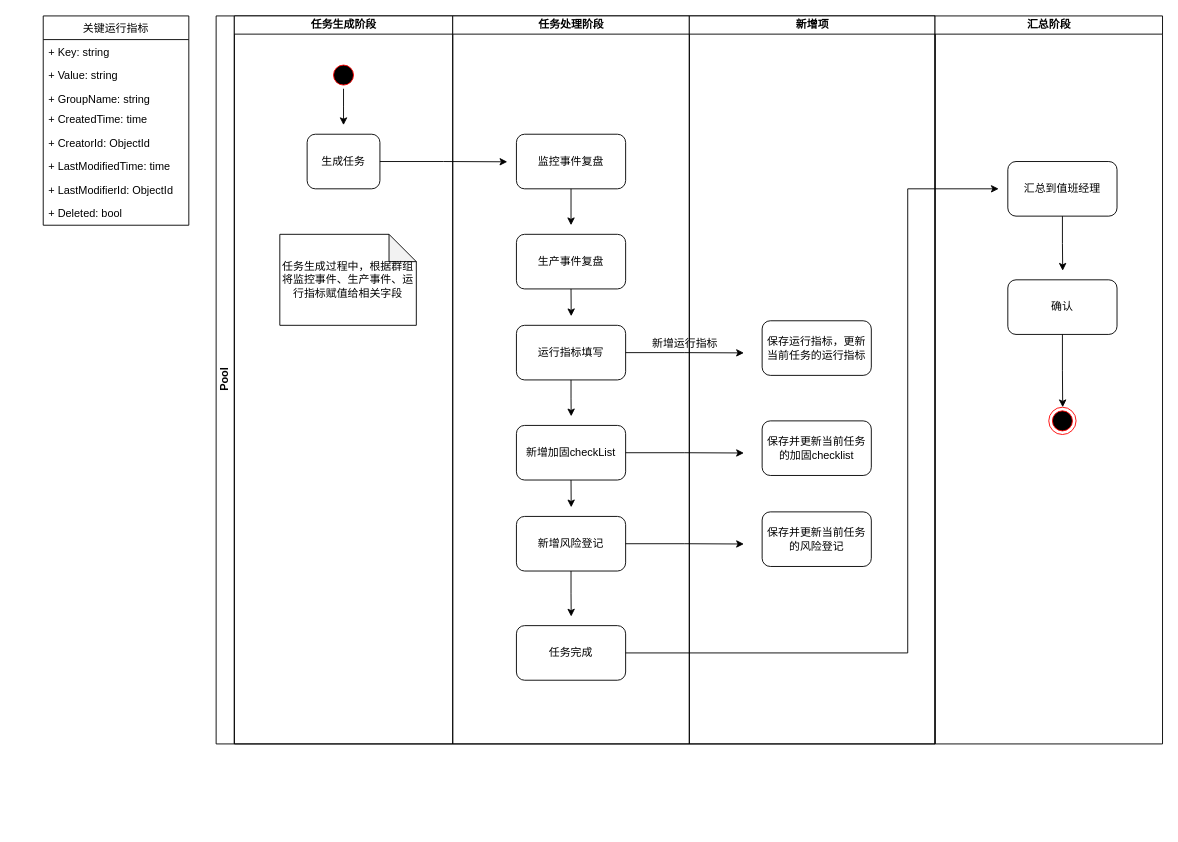
Above: image/未命名绘图.drawio in qiyulaoshim/drawio (draw.io), before the change. Source tidied: cells renumbered, new cells numbered last; positions are measured from the earlier drawing's top-left corner, leaving out a move shared by most shapes. Both pictures are drawn from the tidied source at 91%, with x=0, y=0 at pixel (43, 15).
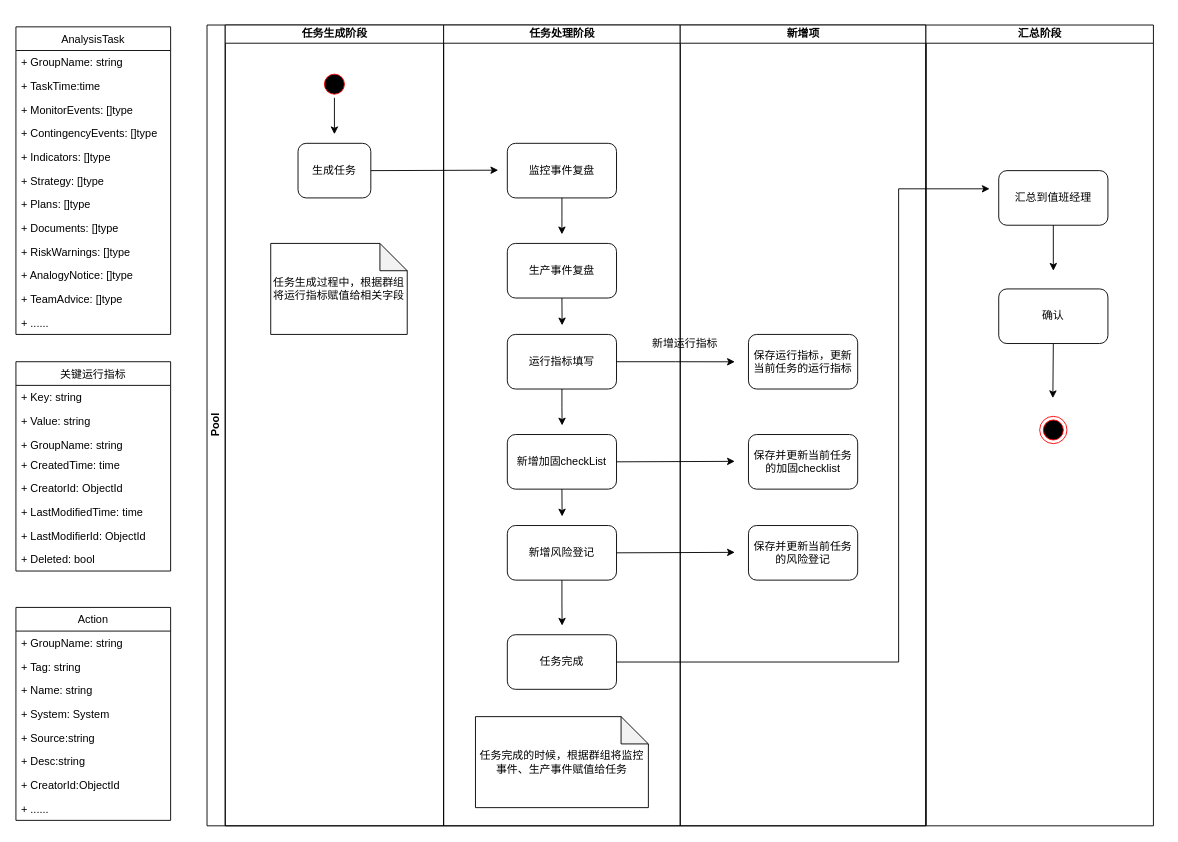
After the change.

Commit message:
更新盘后分析绘图.drawio

The change refers to these unchanged cells:
```xml
<mxCell id="15" value="生成任务" style="rounded=1;whiteSpace=wrap;html=1;" parent="12" vertex="1">
  <mxGeometry x="80" y="130" width="80" height="60" as="geometry" />
</mxCell>
<mxCell id="20" value="运行指标填写" style="rounded=1;whiteSpace=wrap;html=1;" parent="17" vertex="1">
  <mxGeometry x="70" y="340" width="120" height="60" as="geometry" />
</mxCell>
<mxCell id="21" value="新增加固checkList" style="rounded=1;whiteSpace=wrap;html=1;" parent="17" vertex="1">
  <mxGeometry x="70" y="450" width="120" height="60" as="geometry" />
</mxCell>
<mxCell id="22" value="新增风险登记" style="rounded=1;whiteSpace=wrap;html=1;" parent="17" vertex="1">
  <mxGeometry x="70" y="550" width="120" height="60" as="geometry" />
</mxCell>
<mxCell id="23" value="任务完成" style="rounded=1;whiteSpace=wrap;html=1;" parent="17" vertex="1">
  <mxGeometry x="70" y="670" width="120" height="60" as="geometry" />
</mxCell>
<mxCell id="38" value="汇总到值班经理" style="rounded=1;whiteSpace=wrap;html=1;" parent="37" vertex="1">
  <mxGeometry x="80" y="160" width="120" height="60" as="geometry" />
</mxCell>
<mxCell id="39" value="确认" style="rounded=1;whiteSpace=wrap;html=1;" parent="37" vertex="1">
  <mxGeometry x="80" y="290" width="120" height="60" as="geometry" />
</mxCell>
```

What changed in the source:
```diff
@@
     <mxCell id="2" value="关键运行指标" style="swimlane;fontStyle=0;horizontal=1;startSize=26;fillColor=none;" parent="1" vertex="1">
-      <mxGeometry width="160" height="230" as="geometry" />
+      <mxGeometry x="-30" y="380" width="170" height="230" as="geometry" />
     </mxCell>
     <mxCell id="3" value="+ Key: string" style="text;strokeColor=none;fillColor=none;align=left;verticalAlign=top;spacingLeft=4;spacingRight=4;overflow=hidden;" parent="2" vertex="1">
-      <mxGeometry y="26" width="160" height="26" as="geometry" />
+      <mxGeometry y="26" width="170" height="26" as="geometry" />
     </mxCell>
     <mxCell id="4" value="+ Value: string" style="text;strokeColor=none;fillColor=none;align=left;verticalAlign=top;spacingLeft=4;spacingRight=4;overflow=hidden;" parent="2" vertex="1">
-      <mxGeometry y="52" width="160" height="26" as="geometry" />
+      <mxGeometry y="52" width="170" height="26" as="geometry" />
     </mxCell>
     <mxCell id="5" value="+ GroupName: string" style="text;strokeColor=none;fillColor=none;align=left;verticalAlign=top;spacingLeft=4;spacingRight=4;overflow=hidden;" parent="2" vertex="1">
-      <mxGeometry y="78" width="160" height="22" as="geometry" />
+      <mxGeometry y="78" width="170" height="22" as="geometry" />
     </mxCell>
     <mxCell id="6" value="+ CreatedTime: time" style="text;strokeColor=none;fillColor=none;align=left;verticalAlign=top;spacingLeft=4;spacingRight=4;overflow=hidden;" parent="2" vertex="1">
-      <mxGeometry y="100" width="160" height="26" as="geometry" />
+      <mxGeometry y="100" width="170" height="26" as="geometry" />
     </mxCell>
     <mxCell id="7" value="+ CreatorId: ObjectId" style="text;strokeColor=none;fillColor=none;align=left;verticalAlign=top;spacingLeft=4;spacingRight=4;overflow=hidden;" parent="2" vertex="1">
-      <mxGeometry y="126" width="160" height="26" as="geometry" />
+      <mxGeometry y="126" width="170" height="26" as="geometry" />
     </mxCell>
     <mxCell id="8" value="+ LastModifiedTime: time" style="text;strokeColor=none;fillColor=none;align=left;verticalAlign=top;spacingLeft=4;spacingRight=4;overflow=hidden;" parent="2" vertex="1">
-      <mxGeometry y="152" width="160" height="26" as="geometry" />
+      <mxGeometry y="152" width="170" height="26" as="geometry" />
     </mxCell>
     <mxCell id="9" value="+ LastModifierId: ObjectId" style="text;strokeColor=none;fillColor=none;align=left;verticalAlign=top;spacingLeft=4;spacingRight=4;overflow=hidden;" parent="2" vertex="1">
-      <mxGeometry y="178" width="160" height="26" as="geometry" />
+      <mxGeometry y="178" width="170" height="26" as="geometry" />
     </mxCell>
     <mxCell id="10" value="+ Deleted: bool" style="text;strokeColor=none;fillColor=none;align=left;verticalAlign=top;spacingLeft=4;spacingRight=4;overflow=hidden;" parent="2" vertex="1">
-      <mxGeometry y="204" width="160" height="26" as="geometry" />
+      <mxGeometry y="204" width="170" height="26" as="geometry" />
     </mxCell>
     <mxCell id="11" value="Pool" style="swimlane;html=1;startSize=20;horizontal=0;" parent="1" vertex="1">
-      <mxGeometry x="190" width="790" height="800" as="geometry" />
+      <mxGeometry x="180" y="10" width="790" height="880" as="geometry" />
     </mxCell>
     <mxCell id="12" value="任务生成阶段" style="swimlane;html=1;startSize=20;" parent="11" vertex="1">
-      <mxGeometry x="20" width="240" height="800" as="geometry" />
+      <mxGeometry x="20" width="240" height="880" as="geometry" />
     </mxCell>
@@
-    <mxCell id="14" value="任务生成过程中，根据群组将监控事件、生产事件、运行指标赋值给相关字段" style="shape=note;whiteSpace=wrap;html=1;backgroundOutline=1;darkOpacity=0.05;" parent="12" vertex="1">
+    <mxCell id="14" value="任务生成过程中，根据群组将运行指标赋值给相关字段" style="shape=note;whiteSpace=wrap;html=1;backgroundOutline=1;darkOpacity=0.05;" parent="12" vertex="1">
       <mxGeometry x="50" y="240" width="150" height="100" as="geometry" />
     </mxCell>
@@
     <mxCell id="17" value="任务处理阶段" style="swimlane;html=1;startSize=20;" parent="11" vertex="1">
-      <mxGeometry x="260" width="260" height="800" as="geometry" />
+      <mxGeometry x="260" width="260" height="880" as="geometry" />
     </mxCell>
@@
+    <mxCell id="45" value="任务完成的时候，根据群组将监控事件、生产事件赋值给任务" style="shape=note;whiteSpace=wrap;html=1;backgroundOutline=1;darkOpacity=0.05;" parent="17" vertex="1">
+      <mxGeometry x="35" y="760" width="190" height="100" as="geometry" />
+    </mxCell>
     <mxCell id="29" value="新增项" style="swimlane;html=1;startSize=20;" parent="11" vertex="1">
-      <mxGeometry x="520" width="270" height="800" as="geometry" />
+      <mxGeometry x="520" width="270" height="880" as="geometry" />
     </mxCell>
     <mxCell id="30" value="保存运行指标，更新当前任务的运行指标" style="rounded=1;whiteSpace=wrap;html=1;" parent="29" vertex="1">
-      <mxGeometry x="80" y="335" width="120" height="60" as="geometry" />
+      <mxGeometry x="75" y="340" width="120" height="60" as="geometry" />
     </mxCell>
     <mxCell id="31" value="保存并更新当前任务的加固checklist" style="rounded=1;whiteSpace=wrap;html=1;" parent="29" vertex="1">
-      <mxGeometry x="80" y="445" width="120" height="60" as="geometry" />
+      <mxGeometry x="75" y="450" width="120" height="60" as="geometry" />
     </mxCell>
     <mxCell id="32" value="保存并更新当前任务的风险登记" style="rounded=1;whiteSpace=wrap;html=1;" parent="29" vertex="1">
-      <mxGeometry x="80" y="545" width="120" height="60" as="geometry" />
+      <mxGeometry x="75" y="550" width="120" height="60" as="geometry" />
     </mxCell>
@@
-    <mxCell id="34" style="edgeStyle=orthogonalEdgeStyle;rounded=0;jettySize=auto;html=1;exitX=1;exitY=0.5;exitDx=0;exitDy=0;" parent="1" edge="1" source="22">
-      <mxGeometry relative="1" as="geometry">
-        <mxPoint x="770" y="580.3" as="targetPoint" />
-      </mxGeometry>
-    </mxCell>
-    <mxCell id="35" style="edgeStyle=orthogonalEdgeStyle;rounded=0;jettySize=auto;html=1;exitX=1;exitY=0.5;exitDx=0;exitDy=0;" parent="1" edge="1" source="21">
-      <mxGeometry relative="1" as="geometry">
-        <mxPoint x="770" y="480.3" as="targetPoint" />
-      </mxGeometry>
-    </mxCell>
-    <mxCell id="36" style="edgeStyle=orthogonalEdgeStyle;rounded=0;jettySize=auto;html=1;exitX=1;exitY=0.5;exitDx=0;exitDy=0;" parent="1" edge="1" source="20">
-      <mxGeometry relative="1" as="geometry">
-        <mxPoint x="770" y="370.3" as="targetPoint" />
-      </mxGeometry>
-    </mxCell>
     <mxCell id="37" value="汇总阶段" style="swimlane;html=1;startSize=20;" parent="1" vertex="1">
-      <mxGeometry x="980" width="250" height="800" as="geometry" />
+      <mxGeometry x="970" y="10" width="250" height="880" as="geometry" />
     </mxCell>
@@
     <mxCell id="41" style="edgeStyle=orthogonalEdgeStyle;rounded=0;jettySize=auto;html=1;exitX=1;exitY=0.5;exitDx=0;exitDy=0;" parent="1" edge="1" source="23">
       <mxGeometry relative="1" as="geometry">
-        <mxPoint x="1050" y="190" as="targetPoint" />
+        <mxPoint x="1040" y="190" as="targetPoint" />
         <Array as="points">
-          <mxPoint x="950" y="700" />
-          <mxPoint x="950" y="190" />
+          <mxPoint x="940" y="710" />
+          <mxPoint x="940" y="190" />
         </Array>
       </mxGeometry>
     </mxCell>
-    <mxCell id="42" style="edgeStyle=orthogonalEdgeStyle;rounded=0;jettySize=auto;html=1;exitX=1;exitY=0.5;exitDx=0;exitDy=0;" parent="1" edge="1" source="15">
-      <mxGeometry relative="1" as="geometry">
-        <mxPoint x="510" y="160.3" as="targetPoint" />
-      </mxGeometry>
-    </mxCell>
     <mxCell id="43" style="edgeStyle=orthogonalEdgeStyle;rounded=0;jettySize=auto;html=1;exitX=0.5;exitY=1;exitDx=0;exitDy=0;" parent="1" edge="1" source="38">
       <mxGeometry relative="1" as="geometry">
-        <mxPoint x="1120.3" y="280" as="targetPoint" />
+        <mxPoint x="1110" y="280" as="targetPoint" />
       </mxGeometry>
     </mxCell>
-    <mxCell id="44" style="edgeStyle=orthogonalEdgeStyle;rounded=0;jettySize=auto;html=1;exitX=0.5;exitY=1;exitDx=0;exitDy=0;" parent="1" edge="1" source="39">
-      <mxGeometry relative="1" as="geometry">
-        <mxPoint x="1120.3" y="430" as="targetPoint" />
-      </mxGeometry>
-    </mxCell>
+    <mxCell id="46" value="Action" style="swimlane;fontStyle=0;horizontal=1;startSize=26;fillColor=none;" parent="1" vertex="1">
+      <mxGeometry x="-30" y="650" width="170" height="234" as="geometry" />
+    </mxCell>
+    <mxCell id="47" value="+ GroupName: string" style="text;strokeColor=none;fillColor=none;align=left;verticalAlign=top;spacingLeft=4;spacingRight=4;overflow=hidden;" parent="46" vertex="1">
+      <mxGeometry y="26" width="170" height="26" as="geometry" />
+    </mxCell>
+    <mxCell id="48" value="+ Tag: string" style="text;strokeColor=none;fillColor=none;align=left;verticalAlign=top;spacingLeft=4;spacingRight=4;overflow=hidden;" parent="46" vertex="1">
+      <mxGeometry y="52" width="170" height="26" as="geometry" />
+    </mxCell>
+    <mxCell id="49" value="+ Name: string" style="text;strokeColor=none;fillColor=none;align=left;verticalAlign=top;spacingLeft=4;spacingRight=4;overflow=hidden;" parent="46" vertex="1">
+      <mxGeometry y="78" width="170" height="26" as="geometry" />
+    </mxCell>
+    <mxCell id="50" value="+ System: System" style="text;strokeColor=none;fillColor=none;align=left;verticalAlign=top;spacingLeft=4;spacingRight=4;overflow=hidden;" parent="46" vertex="1">
+      <mxGeometry y="104" width="170" height="26" as="geometry" />
+    </mxCell>
+    <mxCell id="51" value="+ Source:string " style="text;strokeColor=none;fillColor=none;align=left;verticalAlign=top;spacingLeft=4;spacingRight=4;overflow=hidden;" parent="46" vertex="1">
+      <mxGeometry y="130" width="170" height="26" as="geometry" />
+    </mxCell>
+    <mxCell id="52" value="+ Desc:string " style="text;strokeColor=none;fillColor=none;align=left;verticalAlign=top;spacingLeft=4;spacingRight=4;overflow=hidden;" parent="46" vertex="1">
+      <mxGeometry y="156" width="170" height="26" as="geometry" />
+    </mxCell>
+    <mxCell id="53" value="+ CreatorId:ObjectId&#10;" style="text;strokeColor=none;fillColor=none;align=left;verticalAlign=top;spacingLeft=4;spacingRight=4;overflow=hidden;" parent="46" vertex="1">
+      <mxGeometry y="182" width="170" height="26" as="geometry" />
+    </mxCell>
+    <mxCell id="54" value="+ ......" style="text;strokeColor=none;fillColor=none;align=left;verticalAlign=top;spacingLeft=4;spacingRight=4;overflow=hidden;" parent="46" vertex="1">
+      <mxGeometry y="208" width="170" height="26" as="geometry" />
+    </mxCell>
+    <mxCell id="55" value="AnalysisTask" style="swimlane;fontStyle=0;horizontal=1;startSize=26;fillColor=none;" parent="1" vertex="1">
+      <mxGeometry x="-30" y="12" width="170" height="338" as="geometry" />
+    </mxCell>
+    <mxCell id="56" value="+ GroupName: string" style="text;strokeColor=none;fillColor=none;align=left;verticalAlign=top;spacingLeft=4;spacingRight=4;overflow=hidden;" parent="55" vertex="1">
+      <mxGeometry y="26" width="170" height="26" as="geometry" />
+    </mxCell>
+    <mxCell id="57" value="+ TaskTime:time " style="text;strokeColor=none;fillColor=none;align=left;verticalAlign=top;spacingLeft=4;spacingRight=4;overflow=hidden;" parent="55" vertex="1">
+      <mxGeometry y="52" width="170" height="26" as="geometry" />
+    </mxCell>
+    <mxCell id="58" value="+ MonitorEvents: []type" style="text;strokeColor=none;fillColor=none;align=left;verticalAlign=top;spacingLeft=4;spacingRight=4;overflow=hidden;" parent="55" vertex="1">
+      <mxGeometry y="78" width="170" height="26" as="geometry" />
+    </mxCell>
+    <mxCell id="59" value="+ ContingencyEvents: []type" style="text;strokeColor=none;fillColor=none;align=left;verticalAlign=top;spacingLeft=4;spacingRight=4;overflow=hidden;" parent="55" vertex="1">
+      <mxGeometry y="104" width="170" height="26" as="geometry" />
+    </mxCell>
+    <mxCell id="60" value="+ Indicators: []type" style="text;strokeColor=none;fillColor=none;align=left;verticalAlign=top;spacingLeft=4;spacingRight=4;overflow=hidden;" parent="55" vertex="1">
+      <mxGeometry y="130" width="170" height="26" as="geometry" />
+    </mxCell>
+    <mxCell id="61" value="+ Strategy: []type" style="text;strokeColor=none;fillColor=none;align=left;verticalAlign=top;spacingLeft=4;spacingRight=4;overflow=hidden;" parent="55" vertex="1">
+      <mxGeometry y="156" width="170" height="26" as="geometry" />
+    </mxCell>
+    <mxCell id="62" value="+ Plans: []type" style="text;strokeColor=none;fillColor=none;align=left;verticalAlign=top;spacingLeft=4;spacingRight=4;overflow=hidden;" parent="55" vertex="1">
+      <mxGeometry y="182" width="170" height="26" as="geometry" />
+    </mxCell>
+    <mxCell id="63" value="+ Documents: []type" style="text;strokeColor=none;fillColor=none;align=left;verticalAlign=top;spacingLeft=4;spacingRight=4;overflow=hidden;" parent="55" vertex="1">
+      <mxGeometry y="208" width="170" height="26" as="geometry" />
+    </mxCell>
+    <mxCell id="64" value="+ RiskWarnings: []type" style="text;strokeColor=none;fillColor=none;align=left;verticalAlign=top;spacingLeft=4;spacingRight=4;overflow=hidden;" parent="55" vertex="1">
+      <mxGeometry y="234" width="170" height="26" as="geometry" />
+    </mxCell>
+    <mxCell id="65" value="+ AnalogyNotice: []type" style="text;strokeColor=none;fillColor=none;align=left;verticalAlign=top;spacingLeft=4;spacingRight=4;overflow=hidden;" parent="55" vertex="1">
+      <mxGeometry y="260" width="170" height="26" as="geometry" />
+    </mxCell>
+    <mxCell id="66" value="+ TeamAdvice: []type" style="text;strokeColor=none;fillColor=none;align=left;verticalAlign=top;spacingLeft=4;spacingRight=4;overflow=hidden;" parent="55" vertex="1">
+      <mxGeometry y="286" width="170" height="26" as="geometry" />
+    </mxCell>
+    <mxCell id="67" value="+ ......" style="text;strokeColor=none;fillColor=none;align=left;verticalAlign=top;spacingLeft=4;spacingRight=4;overflow=hidden;" parent="55" vertex="1">
+      <mxGeometry y="312" width="170" height="26" as="geometry" />
+    </mxCell>
+    <mxCell id="68" style="edgeStyle=orthogonalEdgeStyle;rounded=0;jettySize=auto;html=1;exitX=1;exitY=0.5;exitDx=0;exitDy=0;" parent="1" edge="1" source="20">
+      <mxGeometry relative="1" as="geometry">
+        <mxPoint x="760" y="380.1" as="targetPoint" />
+      </mxGeometry>
+    </mxCell>
+    <mxCell id="69" style="edgeStyle=orthogonalEdgeStyle;rounded=0;jettySize=auto;html=1;exitX=1;exitY=0.5;exitDx=0;exitDy=0;" parent="1" edge="1" source="21">
+      <mxGeometry relative="1" as="geometry">
+        <mxPoint x="760" y="489.5" as="targetPoint" />
+      </mxGeometry>
+    </mxCell>
+    <mxCell id="70" style="edgeStyle=orthogonalEdgeStyle;rounded=0;jettySize=auto;html=1;exitX=1;exitY=0.5;exitDx=0;exitDy=0;" parent="1" edge="1" source="22">
+      <mxGeometry relative="1" as="geometry">
+        <mxPoint x="760" y="589.5" as="targetPoint" />
+      </mxGeometry>
+    </mxCell>
+    <mxCell id="71" style="edgeStyle=orthogonalEdgeStyle;rounded=0;jettySize=auto;html=1;exitX=1;exitY=0.5;exitDx=0;exitDy=0;" parent="1" edge="1" source="15">
+      <mxGeometry relative="1" as="geometry">
+        <mxPoint x="500" y="169.5" as="targetPoint" />
+      </mxGeometry>
+    </mxCell>
+    <mxCell id="72" style="edgeStyle=orthogonalEdgeStyle;rounded=0;jettySize=auto;html=1;exitX=0.5;exitY=1;exitDx=0;exitDy=0;" parent="1" edge="1" source="39">
+      <mxGeometry relative="1" as="geometry">
+        <mxPoint x="1109.5" y="420" as="targetPoint" />
+      </mxGeometry>
+    </mxCell>
```
